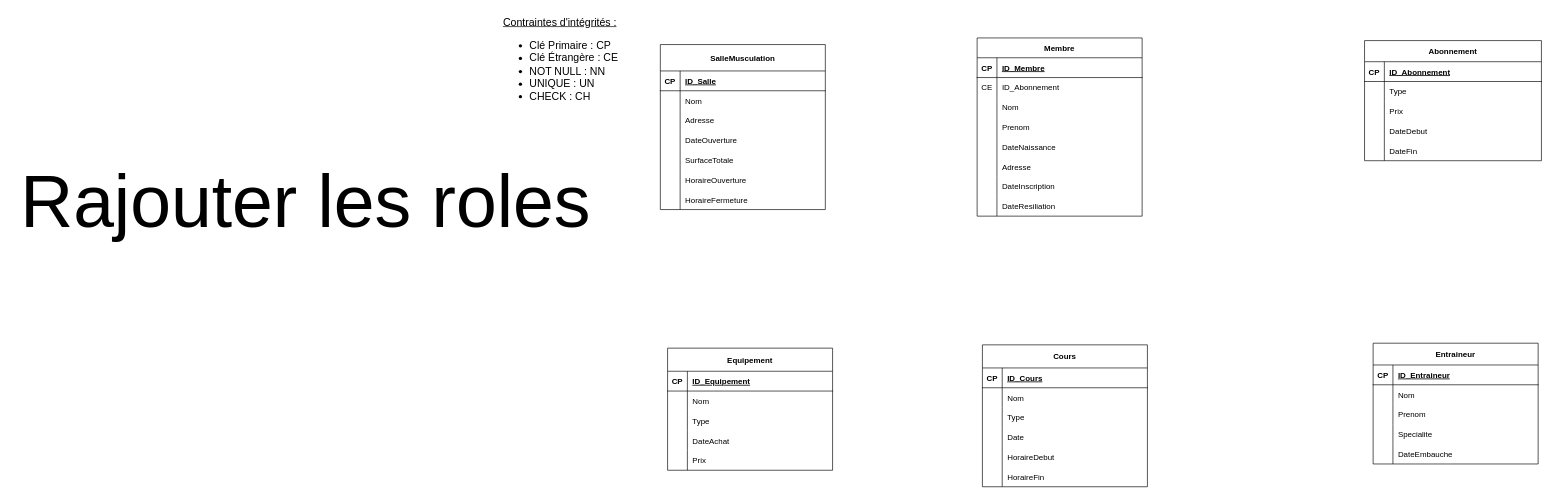
Before: SchémaE/R.drawio in uvsqNathanAmoussou/SalleDeMuscuBDD, a draw.io diagram. Source tidied: cells renumbered, new cells numbered last; positions are measured from the earlier drawing's top-left corner, leaving out a move shared by most shapes. Both pictures are drawn from the tidied source at 66%, with x=0, y=0 at pixel (11, 11).
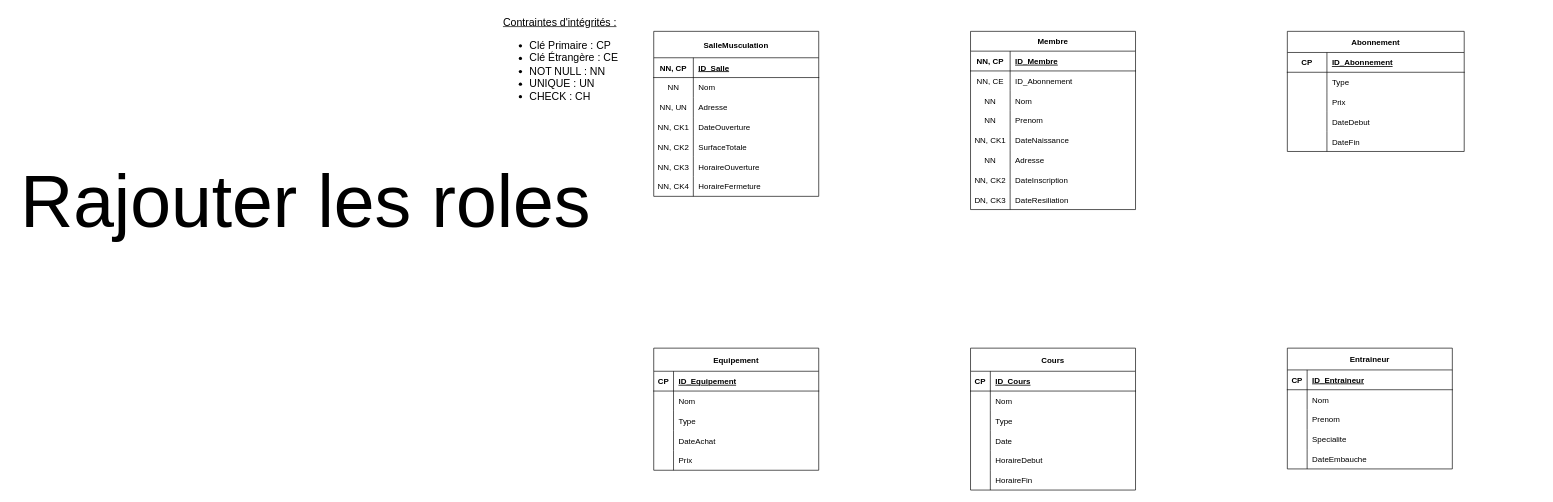
The same diagram, later.

Commit message (it also covers changes not shown here):
Mettre à jour R.drawio

The change refers to these unchanged cells:
```xml
<mxCell id="3" style="shape=partialRectangle;fillColor=none;top=0;left=0;right=0;bottom=1;" parent="2" vertex="1">
  <mxGeometry y="30" width="250" height="30" as="geometry" />
</mxCell>
<mxCell id="6" style="shape=partialRectangle;fillColor=none;top=0;left=0;right=0;bottom=0;" parent="2" vertex="1">
  <mxGeometry y="60" width="250" height="30" as="geometry" />
</mxCell>
<mxCell id="9" style="shape=partialRectangle;fillColor=none;top=0;left=0;right=0;bottom=0;" parent="2" vertex="1">
  <mxGeometry y="90" width="250" height="30" as="geometry" />
</mxCell>
<mxCell id="12" style="shape=partialRectangle;fillColor=none;top=0;left=0;right=0;bottom=0;" parent="2" vertex="1">
  <mxGeometry y="120" width="250" height="30" as="geometry" />
</mxCell>
<mxCell id="15" style="shape=partialRectangle;fillColor=none;top=0;left=0;right=0;bottom=0;" parent="2" vertex="1">
  <mxGeometry y="150" width="250" height="30" as="geometry" />
</mxCell>
<mxCell id="18" style="shape=partialRectangle;fillColor=none;top=0;left=0;right=0;bottom=0;" parent="2" vertex="1">
  <mxGeometry y="180" width="250" height="30" as="geometry" />
</mxCell>
<mxCell id="21" style="shape=partialRectangle;fillColor=none;top=0;left=0;right=0;bottom=0;" parent="2" vertex="1">
  <mxGeometry y="210" width="250" height="30" as="geometry" />
</mxCell>
<mxCell id="24" style="shape=partialRectangle;fillColor=none;top=0;left=0;right=0;bottom=0;" parent="2" vertex="1">
  <mxGeometry y="240" width="250" height="30" as="geometry" />
</mxCell>
<mxCell id="28" style="shape=partialRectangle;fillColor=none;top=0;left=0;right=0;bottom=1;" parent="27" vertex="1">
  <mxGeometry y="32" width="268" height="30" as="geometry" />
</mxCell>
<mxCell id="31" style="shape=partialRectangle;fillColor=none;top=0;left=0;right=0;bottom=0;" parent="27" vertex="1">
  <mxGeometry y="62" width="268" height="30" as="geometry" />
</mxCell>
<mxCell id="34" style="shape=partialRectangle;fillColor=none;top=0;left=0;right=0;bottom=0;" parent="27" vertex="1">
  <mxGeometry y="92" width="268" height="30" as="geometry" />
</mxCell>
<mxCell id="37" style="shape=partialRectangle;fillColor=none;top=0;left=0;right=0;bottom=0;" parent="27" vertex="1">
  <mxGeometry y="122" width="268" height="30" as="geometry" />
</mxCell>
<mxCell id="40" style="shape=partialRectangle;fillColor=none;top=0;left=0;right=0;bottom=0;" parent="27" vertex="1">
  <mxGeometry y="152" width="268" height="30" as="geometry" />
</mxCell>
<mxCell id="44" style="shape=partialRectangle;fillColor=none;top=0;left=0;right=0;bottom=1;" parent="43" vertex="1">
  <mxGeometry y="40" width="250" height="30" as="geometry" />
</mxCell>
<mxCell id="47" style="shape=partialRectangle;fillColor=none;top=0;left=0;right=0;bottom=0;" parent="43" vertex="1">
  <mxGeometry y="70" width="250" height="30" as="geometry" />
</mxCell>
<mxCell id="50" style="shape=partialRectangle;fillColor=none;top=0;left=0;right=0;bottom=0;" parent="43" vertex="1">
  <mxGeometry y="100" width="250" height="30" as="geometry" />
</mxCell>
<mxCell id="53" style="shape=partialRectangle;fillColor=none;top=0;left=0;right=0;bottom=0;" parent="43" vertex="1">
  <mxGeometry y="130" width="250" height="30" as="geometry" />
</mxCell>
<mxCell id="56" style="shape=partialRectangle;fillColor=none;top=0;left=0;right=0;bottom=0;" parent="43" vertex="1">
  <mxGeometry y="160" width="250" height="30" as="geometry" />
</mxCell>
<mxCell id="59" style="shape=partialRectangle;fillColor=none;top=0;left=0;right=0;bottom=0;" parent="43" vertex="1">
  <mxGeometry y="190" width="250" height="30" as="geometry" />
</mxCell>
<mxCell id="62" style="shape=partialRectangle;fillColor=none;top=0;left=0;right=0;bottom=0;" parent="43" vertex="1">
  <mxGeometry y="220" width="250" height="30" as="geometry" />
</mxCell>
```

What changed in the source:
```diff
@@
     <mxCell id="2" value="Membre" style="shape=table;startSize=30;childLayout=tableLayout;rowLines=0;fontStyle=1;align=center;" parent="1" vertex="1">
-      <mxGeometry x="1463" y="40" width="250" height="270" as="geometry" />
+      <mxGeometry x="1453" y="30" width="250" height="270" as="geometry" />
     </mxCell>
@@
-    <mxCell id="4" value="CP" style="shape=partialRectangle;overflow=hidden;fillColor=none;top=0;left=0;bottom=0;right=0;fontStyle=1;" parent="3" vertex="1">
-      <mxGeometry width="30" height="30" as="geometry" />
+    <mxCell id="4" value="NN, CP" style="shape=partialRectangle;overflow=hidden;fillColor=none;top=0;left=0;bottom=0;right=0;fontStyle=1;" parent="3" vertex="1">
+      <mxGeometry width="60" height="30" as="geometry" />
     </mxCell>
     <mxCell id="5" value="ID_Membre" style="shape=partialRectangle;overflow=hidden;fillColor=none;top=0;left=0;bottom=0;right=0;align=left;spacingLeft=6;fontStyle=5;" parent="3" vertex="1">
-      <mxGeometry x="30" width="220" height="30" as="geometry" />
+      <mxGeometry x="60" width="190" height="30" as="geometry" />
     </mxCell>
@@
-    <mxCell id="7" value="CE" style="shape=partialRectangle;overflow=hidden;fillColor=none;top=0;left=0;bottom=0;right=0;" parent="6" vertex="1">
-      <mxGeometry width="30" height="30" as="geometry" />
+    <mxCell id="7" value="NN, CE" style="shape=partialRectangle;overflow=hidden;fillColor=none;top=0;left=0;bottom=0;right=0;" parent="6" vertex="1">
+      <mxGeometry width="60" height="30" as="geometry" />
     </mxCell>
     <mxCell id="8" value="ID_Abonnement" style="shape=partialRectangle;overflow=hidden;fillColor=none;top=0;left=0;bottom=0;right=0;align=left;spacingLeft=6;" parent="6" vertex="1">
-      <mxGeometry x="30" width="220" height="30" as="geometry" />
+      <mxGeometry x="60" width="190" height="30" as="geometry" />
     </mxCell>
@@
-    <mxCell id="10" style="shape=partialRectangle;overflow=hidden;fillColor=none;top=0;left=0;bottom=0;right=0;" parent="9" vertex="1">
-      <mxGeometry width="30" height="30" as="geometry" />
+    <mxCell id="10" value="NN" style="shape=partialRectangle;overflow=hidden;fillColor=none;top=0;left=0;bottom=0;right=0;" parent="9" vertex="1">
+      <mxGeometry width="60" height="30" as="geometry" />
     </mxCell>
     <mxCell id="11" value="Nom" style="shape=partialRectangle;overflow=hidden;fillColor=none;top=0;left=0;bottom=0;right=0;align=left;spacingLeft=6;" parent="9" vertex="1">
-      <mxGeometry x="30" width="220" height="30" as="geometry" />
+      <mxGeometry x="60" width="190" height="30" as="geometry" />
     </mxCell>
@@
-    <mxCell id="13" style="shape=partialRectangle;overflow=hidden;fillColor=none;top=0;left=0;bottom=0;right=0;" parent="12" vertex="1">
-      <mxGeometry width="30" height="30" as="geometry" />
+    <mxCell id="13" value="NN" style="shape=partialRectangle;overflow=hidden;fillColor=none;top=0;left=0;bottom=0;right=0;" parent="12" vertex="1">
+      <mxGeometry width="60" height="30" as="geometry" />
     </mxCell>
     <mxCell id="14" value="Prenom" style="shape=partialRectangle;overflow=hidden;fillColor=none;top=0;left=0;bottom=0;right=0;align=left;spacingLeft=6;" parent="12" vertex="1">
-      <mxGeometry x="30" width="220" height="30" as="geometry" />
+      <mxGeometry x="60" width="190" height="30" as="geometry" />
     </mxCell>
@@
-    <mxCell id="16" style="shape=partialRectangle;overflow=hidden;fillColor=none;top=0;left=0;bottom=0;right=0;" parent="15" vertex="1">
-      <mxGeometry width="30" height="30" as="geometry" />
+    <mxCell id="16" value="NN, CK1" style="shape=partialRectangle;overflow=hidden;fillColor=none;top=0;left=0;bottom=0;right=0;" parent="15" vertex="1">
+      <mxGeometry width="60" height="30" as="geometry" />
     </mxCell>
     <mxCell id="17" value="DateNaissance" style="shape=partialRectangle;overflow=hidden;fillColor=none;top=0;left=0;bottom=0;right=0;align=left;spacingLeft=6;" parent="15" vertex="1">
-      <mxGeometry x="30" width="220" height="30" as="geometry" />
+      <mxGeometry x="60" width="190" height="30" as="geometry" />
     </mxCell>
@@
-    <mxCell id="19" style="shape=partialRectangle;overflow=hidden;fillColor=none;top=0;left=0;bottom=0;right=0;" parent="18" vertex="1">
-      <mxGeometry width="30" height="30" as="geometry" />
+    <mxCell id="19" value="NN" style="shape=partialRectangle;overflow=hidden;fillColor=none;top=0;left=0;bottom=0;right=0;" parent="18" vertex="1">
+      <mxGeometry width="60" height="30" as="geometry" />
     </mxCell>
     <mxCell id="20" value="Adresse" style="shape=partialRectangle;overflow=hidden;fillColor=none;top=0;left=0;bottom=0;right=0;align=left;spacingLeft=6;" parent="18" vertex="1">
-      <mxGeometry x="30" width="220" height="30" as="geometry" />
+      <mxGeometry x="60" width="190" height="30" as="geometry" />
     </mxCell>
@@
-    <mxCell id="22" style="shape=partialRectangle;overflow=hidden;fillColor=none;top=0;left=0;bottom=0;right=0;" parent="21" vertex="1">
-      <mxGeometry width="30" height="30" as="geometry" />
+    <mxCell id="22" value="NN, CK2" style="shape=partialRectangle;overflow=hidden;fillColor=none;top=0;left=0;bottom=0;right=0;" parent="21" vertex="1">
+      <mxGeometry width="60" height="30" as="geometry" />
     </mxCell>
     <mxCell id="23" value="DateInscription" style="shape=partialRectangle;overflow=hidden;fillColor=none;top=0;left=0;bottom=0;right=0;align=left;spacingLeft=6;" parent="21" vertex="1">
-      <mxGeometry x="30" width="220" height="30" as="geometry" />
+      <mxGeometry x="60" width="190" height="30" as="geometry" />
     </mxCell>
@@
-    <mxCell id="25" style="shape=partialRectangle;overflow=hidden;fillColor=none;top=0;left=0;bottom=0;right=0;" parent="24" vertex="1">
-      <mxGeometry width="30" height="30" as="geometry" />
+    <mxCell id="25" value="DN, CK3" style="shape=partialRectangle;overflow=hidden;fillColor=none;top=0;left=0;bottom=0;right=0;" parent="24" vertex="1">
+      <mxGeometry width="60" height="30" as="geometry" />
     </mxCell>
     <mxCell id="26" value="DateResiliation" style="shape=partialRectangle;overflow=hidden;fillColor=none;top=0;left=0;bottom=0;right=0;align=left;spacingLeft=6;" parent="24" vertex="1">
-      <mxGeometry x="30" width="220" height="30" as="geometry" />
+      <mxGeometry x="60" width="190" height="30" as="geometry" />
     </mxCell>
     <mxCell id="27" value="Abonnement" style="shape=table;startSize=32;childLayout=tableLayout;rowLines=0;fontStyle=1;align=center;" parent="1" vertex="1">
-      <mxGeometry x="2050" y="44" width="268" height="182" as="geometry" />
+      <mxGeometry x="1933" y="30" width="268" height="182" as="geometry" />
     </mxCell>
@@
     <mxCell id="29" value="CP" style="shape=partialRectangle;overflow=hidden;fillColor=none;top=0;left=0;bottom=0;right=0;fontStyle=1;" parent="28" vertex="1">
-      <mxGeometry width="30" height="30" as="geometry" />
+      <mxGeometry width="60" height="30" as="geometry" />
     </mxCell>
     <mxCell id="30" value="ID_Abonnement" style="shape=partialRectangle;overflow=hidden;fillColor=none;top=0;left=0;bottom=0;right=0;align=left;spacingLeft=6;fontStyle=5;" parent="28" vertex="1">
-      <mxGeometry x="30" width="238" height="30" as="geometry" />
+      <mxGeometry x="60" width="208" height="30" as="geometry" />
     </mxCell>
@@
     <mxCell id="32" style="shape=partialRectangle;overflow=hidden;fillColor=none;top=0;left=0;bottom=0;right=0;" parent="31" vertex="1">
-      <mxGeometry width="30" height="30" as="geometry" />
+      <mxGeometry width="60" height="30" as="geometry" />
     </mxCell>
     <mxCell id="33" value="Type" style="shape=partialRectangle;overflow=hidden;fillColor=none;top=0;left=0;bottom=0;right=0;align=left;spacingLeft=6;" parent="31" vertex="1">
-      <mxGeometry x="30" width="238" height="30" as="geometry" />
+      <mxGeometry x="60" width="208" height="30" as="geometry" />
     </mxCell>
@@
     <mxCell id="35" style="shape=partialRectangle;overflow=hidden;fillColor=none;top=0;left=0;bottom=0;right=0;" parent="34" vertex="1">
-      <mxGeometry width="30" height="30" as="geometry" />
+      <mxGeometry width="60" height="30" as="geometry" />
     </mxCell>
     <mxCell id="36" value="Prix" style="shape=partialRectangle;overflow=hidden;fillColor=none;top=0;left=0;bottom=0;right=0;align=left;spacingLeft=6;" parent="34" vertex="1">
-      <mxGeometry x="30" width="238" height="30" as="geometry" />
+      <mxGeometry x="60" width="208" height="30" as="geometry" />
     </mxCell>
@@
     <mxCell id="38" style="shape=partialRectangle;overflow=hidden;fillColor=none;top=0;left=0;bottom=0;right=0;" parent="37" vertex="1">
-      <mxGeometry width="30" height="30" as="geometry" />
+      <mxGeometry width="60" height="30" as="geometry" />
     </mxCell>
     <mxCell id="39" value="DateDebut" style="shape=partialRectangle;overflow=hidden;fillColor=none;top=0;left=0;bottom=0;right=0;align=left;spacingLeft=6;" parent="37" vertex="1">
-      <mxGeometry x="30" width="238" height="30" as="geometry" />
+      <mxGeometry x="60" width="208" height="30" as="geometry" />
     </mxCell>
@@
     <mxCell id="41" style="shape=partialRectangle;overflow=hidden;fillColor=none;top=0;left=0;bottom=0;right=0;" parent="40" vertex="1">
-      <mxGeometry width="30" height="30" as="geometry" />
+      <mxGeometry width="60" height="30" as="geometry" />
     </mxCell>
     <mxCell id="42" value="DateFin" style="shape=partialRectangle;overflow=hidden;fillColor=none;top=0;left=0;bottom=0;right=0;align=left;spacingLeft=6;" parent="40" vertex="1">
-      <mxGeometry x="30" width="238" height="30" as="geometry" />
+      <mxGeometry x="60" width="208" height="30" as="geometry" />
     </mxCell>
     <mxCell id="43" value="SalleMusculation" style="shape=table;startSize=40;childLayout=tableLayout;rowLines=0;fontStyle=1;align=center;" parent="1" vertex="1">
-      <mxGeometry x="983" y="50" width="250" height="250" as="geometry" />
+      <mxGeometry x="973" y="30" width="250" height="250" as="geometry" />
     </mxCell>
@@
-    <mxCell id="45" value="CP" style="shape=partialRectangle;overflow=hidden;fillColor=none;top=0;left=0;bottom=0;right=0;fontStyle=1;" parent="44" vertex="1">
-      <mxGeometry width="30" height="30" as="geometry" />
+    <mxCell id="45" value="NN, CP" style="shape=partialRectangle;overflow=hidden;fillColor=none;top=0;left=0;bottom=0;right=0;fontStyle=1;" parent="44" vertex="1">
+      <mxGeometry width="60" height="30" as="geometry" />
     </mxCell>
     <mxCell id="46" value="ID_Salle" style="shape=partialRectangle;overflow=hidden;fillColor=none;top=0;left=0;bottom=0;right=0;align=left;spacingLeft=6;fontStyle=5;" parent="44" vertex="1">
-      <mxGeometry x="30" width="220" height="30" as="geometry" />
+      <mxGeometry x="60" width="190" height="30" as="geometry" />
     </mxCell>
@@
-    <mxCell id="48" style="shape=partialRectangle;overflow=hidden;fillColor=none;top=0;left=0;bottom=0;right=0;" parent="47" vertex="1">
-      <mxGeometry width="30" height="30" as="geometry" />
+    <mxCell id="48" value="NN" style="shape=partialRectangle;overflow=hidden;fillColor=none;top=0;left=0;bottom=0;right=0;" parent="47" vertex="1">
+      <mxGeometry width="60" height="30" as="geometry" />
     </mxCell>
     <mxCell id="49" value="Nom" style="shape=partialRectangle;overflow=hidden;fillColor=none;top=0;left=0;bottom=0;right=0;align=left;spacingLeft=6;" parent="47" vertex="1">
-      <mxGeometry x="30" width="220" height="30" as="geometry" />
+      <mxGeometry x="60" width="190" height="30" as="geometry" />
     </mxCell>
@@
-    <mxCell id="51" style="shape=partialRectangle;overflow=hidden;fillColor=none;top=0;left=0;bottom=0;right=0;" parent="50" vertex="1">
-      <mxGeometry width="30" height="30" as="geometry" />
+    <mxCell id="51" value="NN, UN" style="shape=partialRectangle;overflow=hidden;fillColor=none;top=0;left=0;bottom=0;right=0;" parent="50" vertex="1">
+      <mxGeometry width="60" height="30" as="geometry" />
     </mxCell>
     <mxCell id="52" value="Adresse" style="shape=partialRectangle;overflow=hidden;fillColor=none;top=0;left=0;bottom=0;right=0;align=left;spacingLeft=6;" parent="50" vertex="1">
-      <mxGeometry x="30" width="220" height="30" as="geometry" />
+      <mxGeometry x="60" width="190" height="30" as="geometry" />
     </mxCell>
@@
-    <mxCell id="54" style="shape=partialRectangle;overflow=hidden;fillColor=none;top=0;left=0;bottom=0;right=0;" parent="53" vertex="1">
-      <mxGeometry width="30" height="30" as="geometry" />
+    <mxCell id="54" value="NN, CK1" style="shape=partialRectangle;overflow=hidden;fillColor=none;top=0;left=0;bottom=0;right=0;" parent="53" vertex="1">
+      <mxGeometry width="60" height="30" as="geometry" />
     </mxCell>
     <mxCell id="55" value="DateOuverture" style="shape=partialRectangle;overflow=hidden;fillColor=none;top=0;left=0;bottom=0;right=0;align=left;spacingLeft=6;" parent="53" vertex="1">
-      <mxGeometry x="30" width="220" height="30" as="geometry" />
+      <mxGeometry x="60" width="190" height="30" as="geometry" />
     </mxCell>
@@
-    <mxCell id="57" style="shape=partialRectangle;overflow=hidden;fillColor=none;top=0;left=0;bottom=0;right=0;" parent="56" vertex="1">
-      <mxGeometry width="30" height="30" as="geometry" />
+    <mxCell id="57" value="NN, CK2" style="shape=partialRectangle;overflow=hidden;fillColor=none;top=0;left=0;bottom=0;right=0;" parent="56" vertex="1">
+      <mxGeometry width="60" height="30" as="geometry" />
     </mxCell>
     <mxCell id="58" value="SurfaceTotale" style="shape=partialRectangle;overflow=hidden;fillColor=none;top=0;left=0;bottom=0;right=0;align=left;spacingLeft=6;" parent="56" vertex="1">
-      <mxGeometry x="30" width="220" height="30" as="geometry" />
+      <mxGeometry x="60" width="190" height="30" as="geometry" />
     </mxCell>
@@
-    <mxCell id="60" style="shape=partialRectangle;overflow=hidden;fillColor=none;top=0;left=0;bottom=0;right=0;" parent="59" vertex="1">
-      <mxGeometry width="30" height="30" as="geometry" />
+    <mxCell id="60" value="NN, CK3" style="shape=partialRectangle;overflow=hidden;fillColor=none;top=0;left=0;bottom=0;right=0;" parent="59" vertex="1">
+      <mxGeometry width="60" height="30" as="geometry" />
     </mxCell>
     <mxCell id="61" value="HoraireOuverture" style="shape=partialRectangle;overflow=hidden;fillColor=none;top=0;left=0;bottom=0;right=0;align=left;spacingLeft=6;" parent="59" vertex="1">
-      <mxGeometry x="30" width="220" height="30" as="geometry" />
+      <mxGeometry x="60" width="190" height="30" as="geometry" />
     </mxCell>
@@
-    <mxCell id="63" style="shape=partialRectangle;overflow=hidden;fillColor=none;top=0;left=0;bottom=0;right=0;" parent="62" vertex="1">
-      <mxGeometry width="30" height="30" as="geometry" />
+    <mxCell id="63" value="NN, CK4" style="shape=partialRectangle;overflow=hidden;fillColor=none;top=0;left=0;bottom=0;right=0;" parent="62" vertex="1">
+      <mxGeometry width="60" height="30" as="geometry" />
     </mxCell>
     <mxCell id="64" value="HoraireFermeture" style="shape=partialRectangle;overflow=hidden;fillColor=none;top=0;left=0;bottom=0;right=0;align=left;spacingLeft=6;" parent="62" vertex="1">
-      <mxGeometry x="30" width="220" height="30" as="geometry" />
+      <mxGeometry x="60" width="190" height="30" as="geometry" />
     </mxCell>
     <mxCell id="65" value="Cours" style="shape=table;startSize=35;childLayout=tableLayout;rowLines=0;fontStyle=1;align=center;" parent="1" vertex="1">
-      <mxGeometry x="1471" y="505" width="250" height="215" as="geometry" />
+      <mxGeometry x="1453" y="510" width="250" height="215" as="geometry" />
     </mxCell>
@@
     <mxCell id="84" value="Equipement" style="shape=table;startSize=35;childLayout=tableLayout;rowLines=0;fontStyle=1;align=center;" parent="1" vertex="1">
-      <mxGeometry x="994" y="510" width="250" height="185" as="geometry" />
+      <mxGeometry x="973" y="510" width="250" height="185" as="geometry" />
     </mxCell>
@@
     <mxCell id="100" value="Entraineur" style="shape=table;startSize=33;childLayout=tableLayout;rowLines=0;fontStyle=1;align=center;" parent="1" vertex="1">
-      <mxGeometry x="2063" y="502.5" width="250" height="183" as="geometry" />
+      <mxGeometry x="1933" y="510" width="250" height="183" as="geometry" />
     </mxCell>
```
